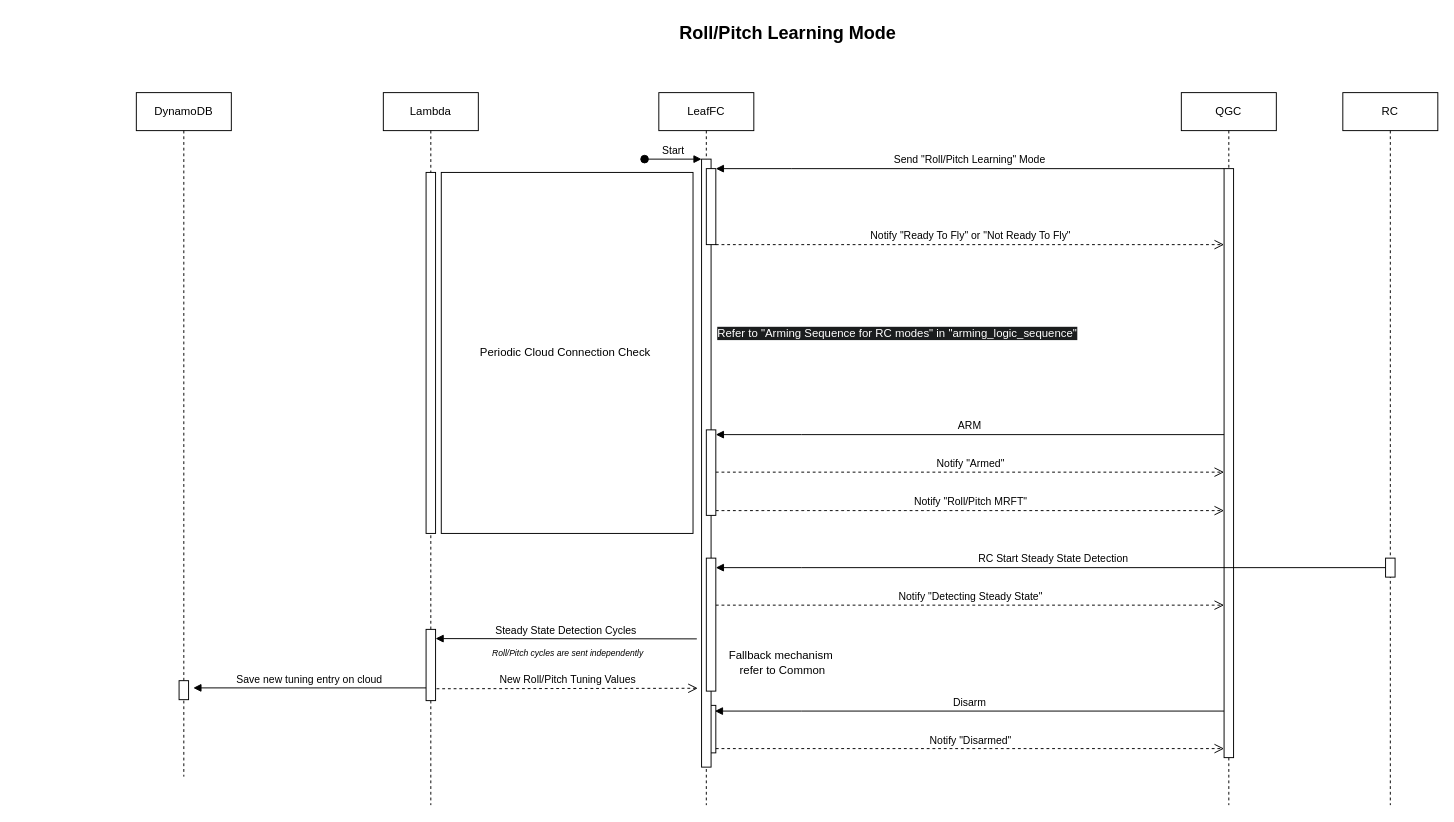
Earlier version of the draw.io diagram Guide/HEAR Software/Flight Modes/Modes Sequence Diagrams/Roll-Pitch learning mode.drawio (DroneLeaf/HEAR_wiki). Source tidied: cells renumbered, new cells numbered last; positions are measured from the earlier drawing's top-left corner, leaving out a move shared by most shapes. Both pictures are drawn from the tidied source at 95%, with x=0, y=0 at pixel (79, 16).
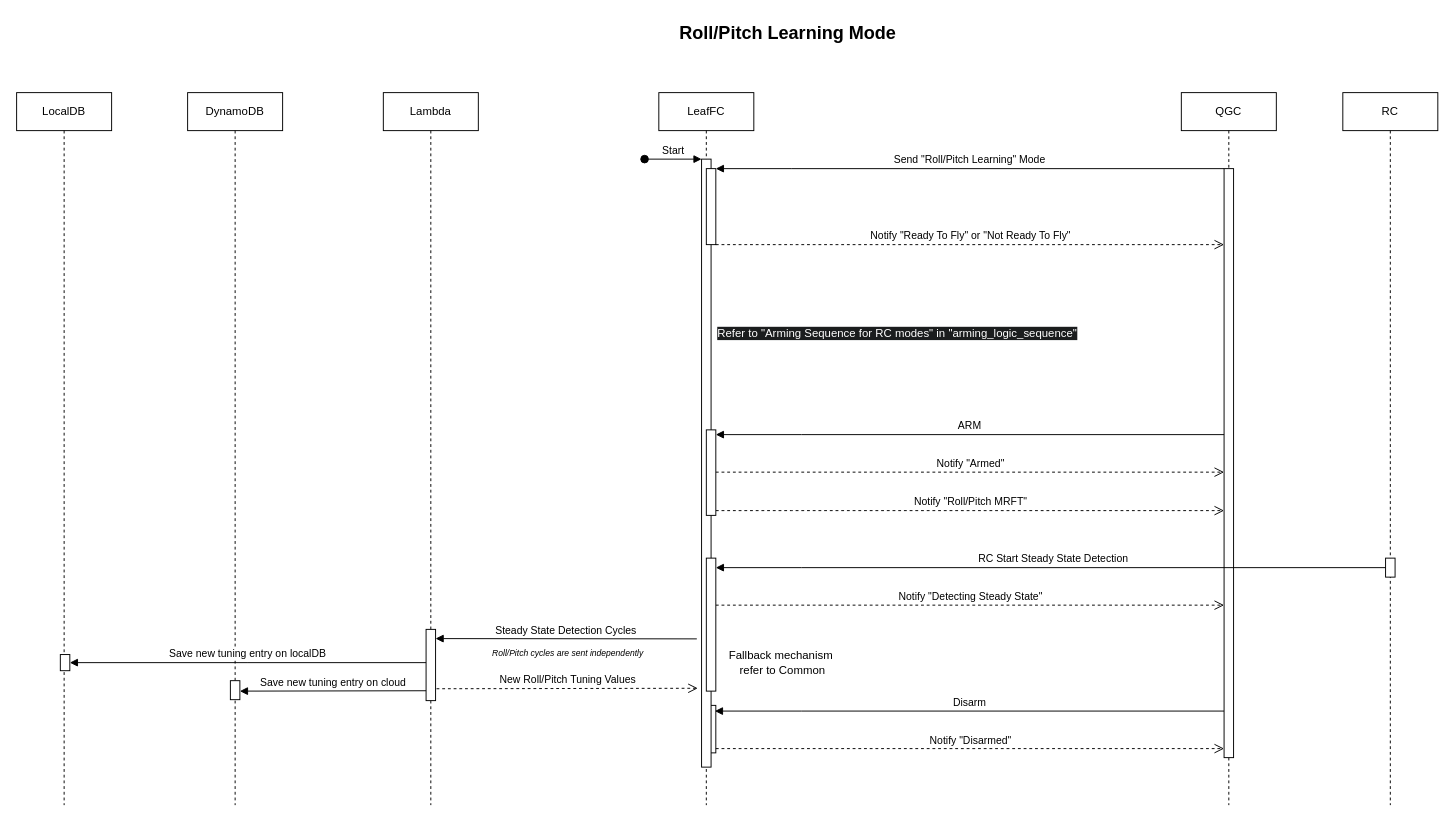
The same page after the edit.

Commit message (it also covers changes not shown here):
- Removed periodic cloud healthcheck in Roll-Pitch leaning mode diagram - added localDB tuning save

Diff of the diagram source:
```diff
@@
+    <mxCell id="35" value="&lt;div&gt;LocalDB&lt;/div&gt;" style="shape=umlLifeline;perimeter=lifelinePerimeter;whiteSpace=wrap;html=1;newEdgeStyle={&quot;edgeStyle&quot;:&quot;elbowEdgeStyle&quot;,&quot;elbow&quot;:&quot;vertical&quot;,&quot;curved&quot;:0,&quot;rounded&quot;:0};" parent="1" vertex="1">
+      <mxGeometry x="-66" y="80" width="100" height="750" as="geometry" />
+    </mxCell>
@@
-    <mxCell id="19" style="html=1;perimeter=orthogonalPerimeter;targetShapes=umlLifeline;newEdgeStyle={&quot;edgeStyle&quot;:&quot;elbowEdgeStyle&quot;,&quot;elbow&quot;:&quot;vertical&quot;,&quot;curved&quot;:0,&quot;rounded&quot;:0};" parent="1" vertex="1">
-      <mxGeometry x="365" y="164" width="10" height="380" as="geometry" />
-    </mxCell>
     <mxCell id="20" value="&lt;div&gt;DynamoDB&lt;/div&gt;" style="shape=umlLifeline;perimeter=lifelinePerimeter;whiteSpace=wrap;html=1;newEdgeStyle={&quot;edgeStyle&quot;:&quot;elbowEdgeStyle&quot;,&quot;elbow&quot;:&quot;vertical&quot;,&quot;curved&quot;:0,&quot;rounded&quot;:0};" parent="1" vertex="1">
-      <mxGeometry x="60" y="80" width="100" height="720" as="geometry" />
+      <mxGeometry x="114" y="80" width="100" height="750" as="geometry" />
     </mxCell>
@@
+    <mxCell id="36" value="Save new tuning entry on localDB" style="html=1;verticalAlign=bottom;endArrow=block;edgeStyle=elbowEdgeStyle;elbow=vertical;curved=0;rounded=0;" parent="20" edge="1" target="37">
+      <mxGeometry relative="1" as="geometry">
+        <mxPoint x="251" y="600" as="sourcePoint" />
+      </mxGeometry>
+    </mxCell>
+    <mxCell id="37" style="html=1;points=[];perimeter=orthogonalPerimeter;outlineConnect=0;targetShapes=umlLifeline;portConstraint=eastwest;newEdgeStyle={&quot;edgeStyle&quot;:&quot;elbowEdgeStyle&quot;,&quot;elbow&quot;:&quot;vertical&quot;,&quot;curved&quot;:0,&quot;rounded&quot;:0};" parent="20" vertex="1">
+      <mxGeometry x="-134" y="591.5" width="10" height="17" as="geometry" />
+    </mxCell>
@@
     <mxCell id="24" value="Save new tuning entry on cloud" style="html=1;verticalAlign=bottom;endArrow=block;edgeStyle=elbowEdgeStyle;elbow=vertical;curved=0;rounded=0;" parent="1" edge="1">
       <mxGeometry relative="1" as="geometry">
-        <mxPoint x="365" y="706.6" as="sourcePoint" />
-        <mxPoint x="120" y="707" as="targetPoint" />
-        <Array as="points">
-          <mxPoint y="706.6" />
-        </Array>
+        <mxPoint x="365" y="709.6" as="sourcePoint" />
+        <mxPoint x="169" y="709.7" as="targetPoint" />
       </mxGeometry>
     </mxCell>
@@
-    <mxCell id="29" value="Periodic Cloud Connection Check&amp;nbsp;" style="rounded=0;whiteSpace=wrap;html=1;" parent="1" vertex="1">
-      <mxGeometry x="381" y="164" width="265" height="380" as="geometry" />
-    </mxCell>
```
